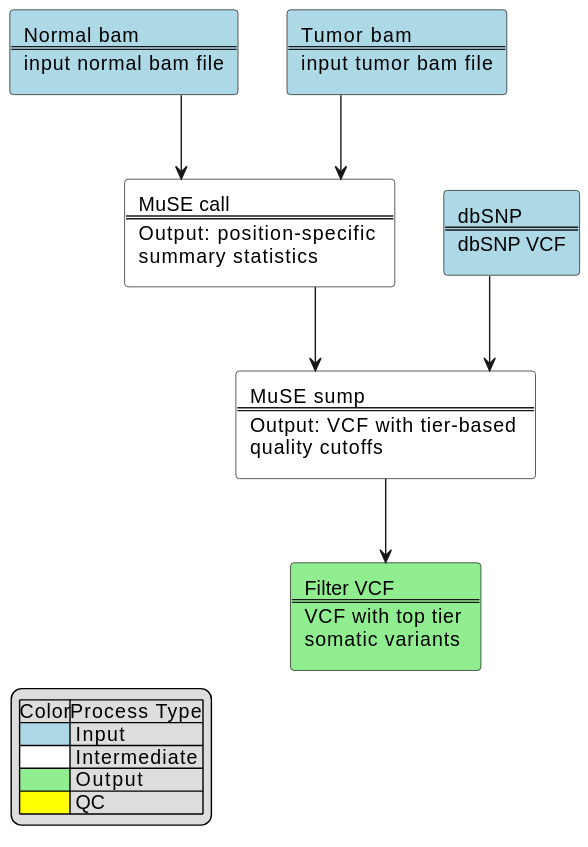
Earlier version of the PlantUML export docs/muse_chart.svg (uclahs-cds/pipeline-call-sSNV).
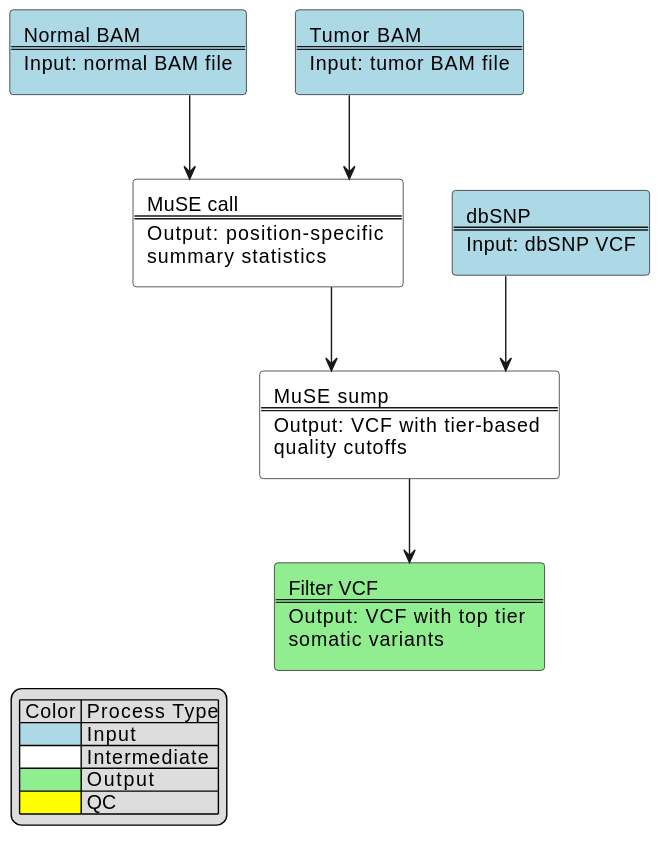
After the change.

Diff of the diagram source:
```diff
@@ -9,13 +9,13 @@
 
 skinparam linetype ortho
 
-$input_process(normal_bam, 'Normal bam', 'input normal bam file')
-$input_process(tumor_bam, 'Tumor bam', 'input tumor bam file')
+$input_process(normal_bam, 'Normal BAM', 'Input: normal BAM file')
+$input_process(tumor_bam, 'Tumor BAM', 'Input: tumor BAM file')
 
 $intermediate_process(muse_call_run, "MuSE call", "Output: position-specific %newline()summary statistics")
-$input_process(dbsnp_file, 'dbSNP', 'dbSNP VCF')
+$input_process(dbsnp_file, 'dbSNP', 'Input: dbSNP VCF')
 $intermediate_process(muse_sump_run, "MuSE sump", "Output: VCF with tier-based %newline()quality cutoffs")
-$output_process(filter_vcf, 'Filter VCF', 'VCF with top tier %newline()somatic variants')
+$output_process(filter_vcf, 'Filter VCF', 'Output: VCF with top tier %newline()somatic variants')
 
 tumor_bam -d-> muse_call_run
 normal_bam -d-> muse_call_run
```
